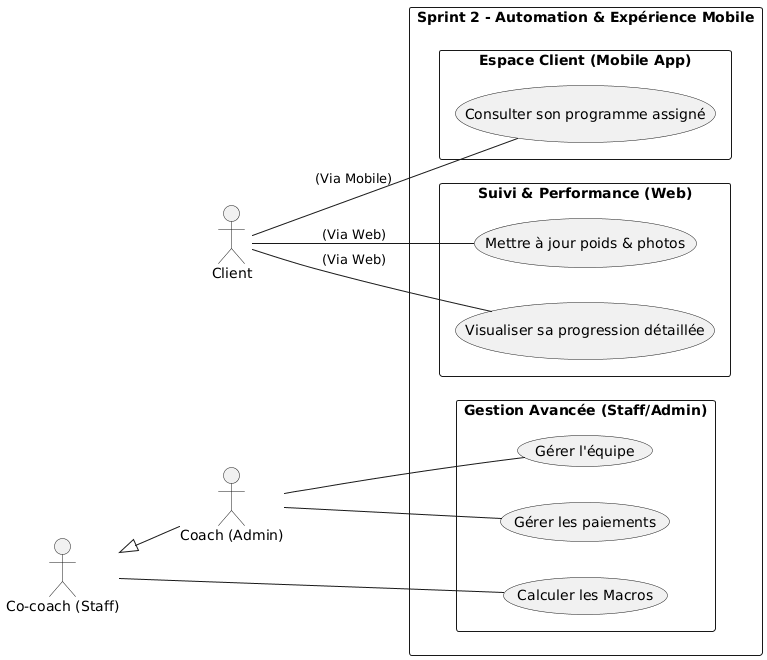
Above: Presentation/images/sprint2-usecase.png in BenTaleb-Mehdi/Project-PFE (PlantUML), before the change.
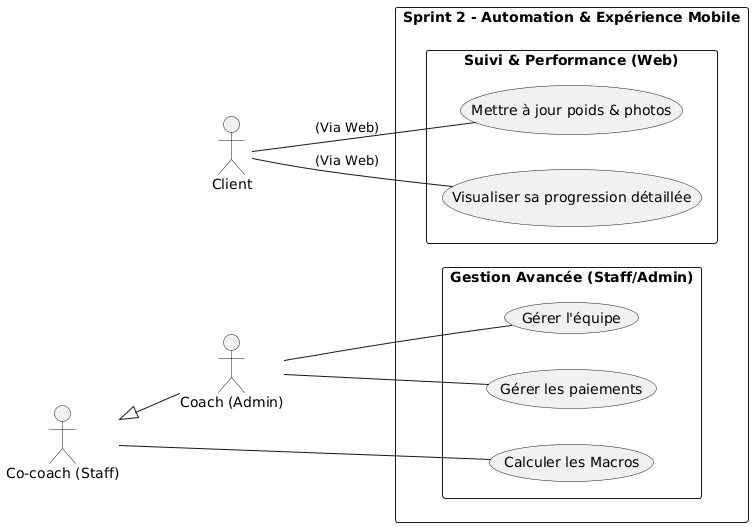
After the commit.

Commit message:
docs: add presentation slides, project report, and sprint use-case diagrams

What changed in the source:
```diff
@@ -11,9 +11,7 @@
 
 rectangle "Sprint 2 - Automation & Expérience Mobile" {
 
-  package "Espace Client (Mobile App)" {
-    usecase "Consulter son programme assigné" as ViewProg
-  }
+
 
   package "Suivi & Performance (Web)" {
     usecase "Mettre à jour poids & photos" as UpdateStats
@@ -27,7 +25,6 @@
   }
 }
 
-Client -- ViewProg : "(Via Mobile)"
 Client -- UpdateStats : "(Via Web)"
 Client -- ViewProgress : "(Via Web)"
 
```
